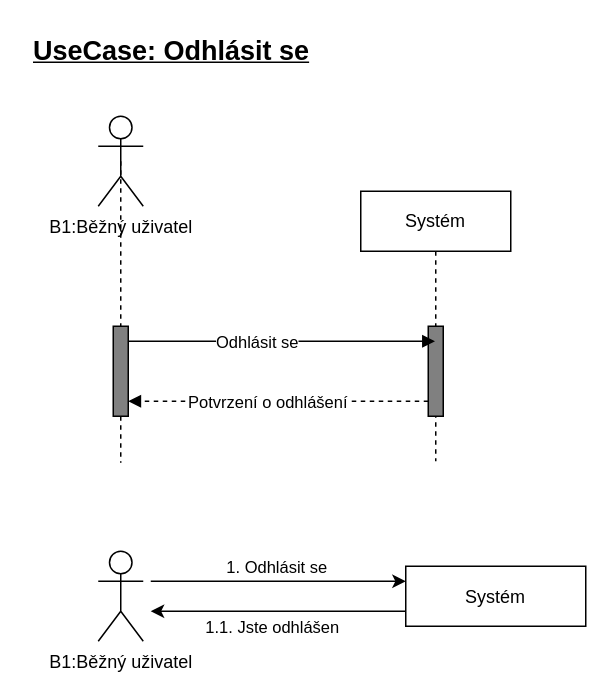
Above: page "LogOut" (3 of 13) of IUS/IUS_projekt/Sequence.drawio in dan1235689/Diagrams (draw.io), before the change. Source tidied: cells renumbered, new cells numbered last; positions are measured from the earlier drawing's top-left corner, leaving out a move shared by most shapes. Both pictures are drawn from the tidied source at 150%, with x=0, y=0 at pixel (30, 26).
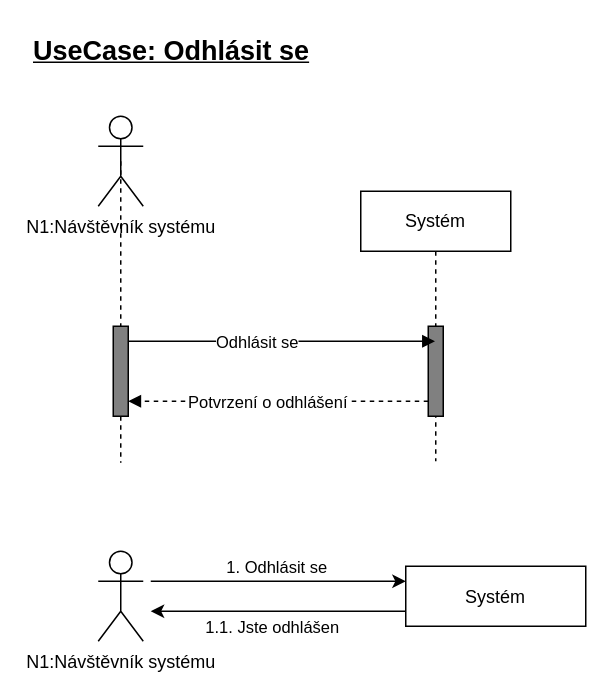
After the change.

The edit, as a diff of the source:
```diff
@@
-    <mxCell id="5" value="B1:Běžný uživatel" style="shape=umlActor;verticalLabelPosition=bottom;verticalAlign=top;html=1;" parent="1" vertex="1">
+    <mxCell id="5" value="N1:Návštěvník systému" style="shape=umlActor;verticalLabelPosition=bottom;verticalAlign=top;html=1;" parent="1" vertex="1">
       <mxGeometry x="45" y="60" width="30" height="60" as="geometry" />
     </mxCell>
@@
-    <mxCell id="18" value="B1:Běžný uživatel" style="shape=umlActor;verticalLabelPosition=bottom;verticalAlign=top;html=1;" parent="1" vertex="1">
+    <mxCell id="18" value="N1:Návštěvník systému" style="shape=umlActor;verticalLabelPosition=bottom;verticalAlign=top;html=1;" parent="1" vertex="1">
       <mxGeometry x="45" y="350" width="30" height="60" as="geometry" />
     </mxCell>
```
